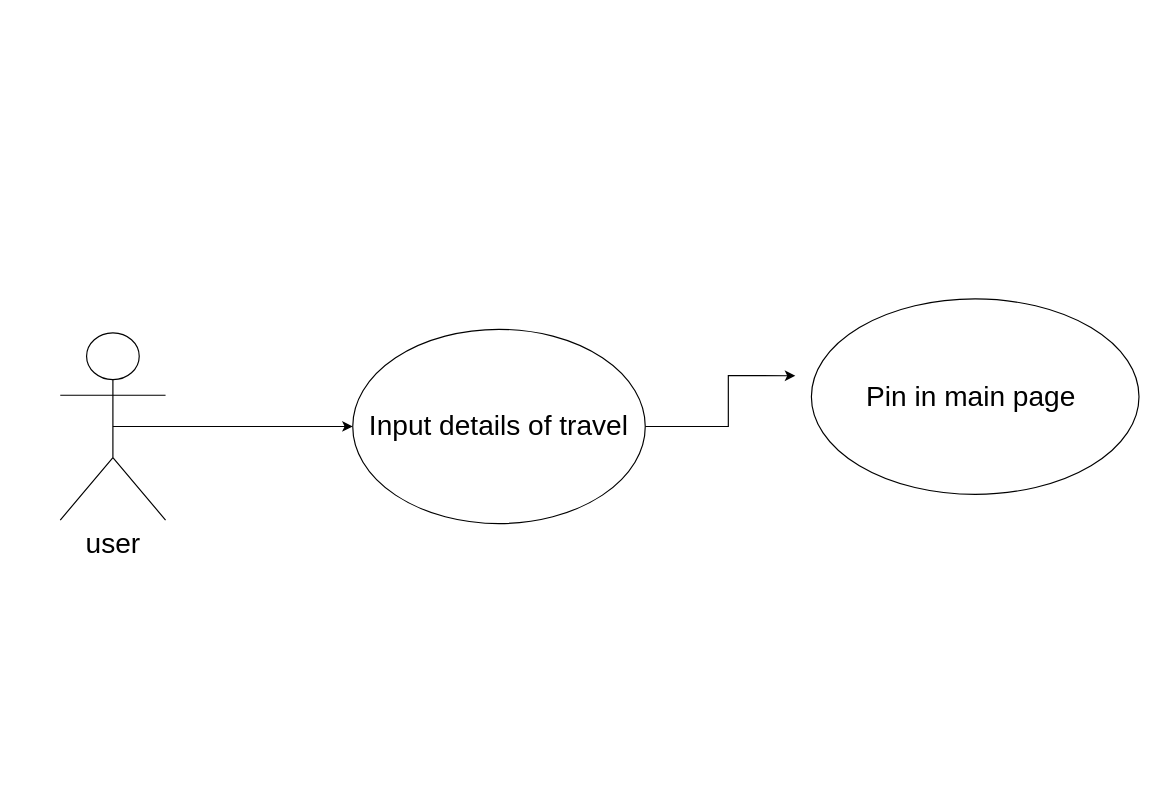
The draw.io diagram Use-case/routing.drawio in kargaranamir/Travelink, before the edit. Source tidied: cells renumbered, new cells numbered last; positions are measured from the earlier drawing's top-left corner, leaving out a move shared by most shapes. Both pictures are drawn from the tidied source at 117%, with x=0, y=0 at pixel (60, 298).
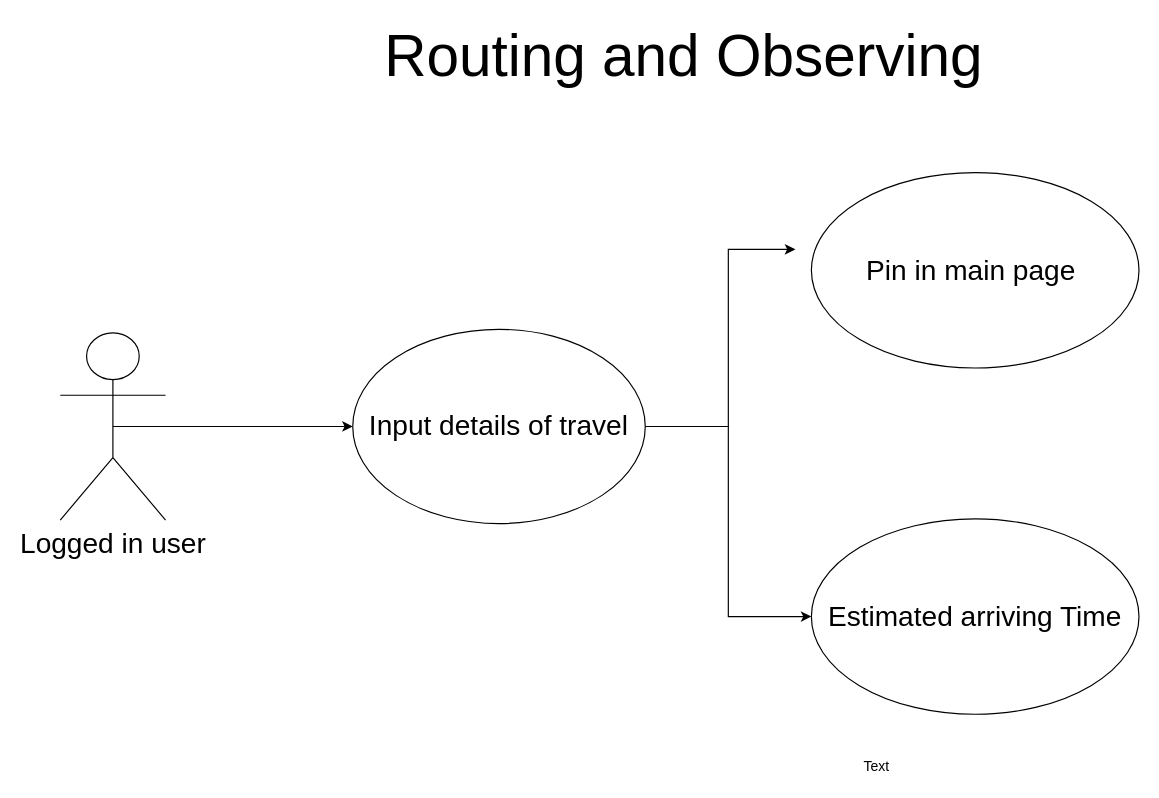
After the change.

Change to the diagram source:
```diff
@@
 <mxGraphModel>
   <root>
     <mxCell id="0" />
     <mxCell id="1" parent="0" />
     <mxCell id="2" style="edgeStyle=orthogonalEdgeStyle;rounded=0;jettySize=auto;html=1;exitX=0.5;exitY=0.5;exitDx=0;exitDy=0;exitPerimeter=0;" parent="1" edge="1" source="3" target="5">
       <mxGeometry relative="1" as="geometry" />
     </mxCell>
-    <mxCell id="3" value="user&lt;br style=&quot;font-size: 24px;&quot;&gt;" style="shape=umlActor;verticalLabelPosition=bottom;labelBackgroundColor=#ffffff;verticalAlign=top;html=1;outlineConnect=0;fontSize=24;" parent="1" vertex="1">
+    <mxCell id="3" value="Logged in user&lt;br style=&quot;font-size: 24px&quot;&gt;" style="shape=umlActor;verticalLabelPosition=bottom;labelBackgroundColor=#ffffff;verticalAlign=top;html=1;outlineConnect=0;fontSize=24;" parent="1" vertex="1">
       <mxGeometry y="29" width="90" height="160" as="geometry" />
     </mxCell>
     <mxCell id="4" style="edgeStyle=orthogonalEdgeStyle;rounded=0;jettySize=auto;html=1;exitX=1;exitY=0.5;exitDx=0;exitDy=0;entryX=-0.049;entryY=0.393;entryDx=0;entryDy=0;entryPerimeter=0;" parent="1" edge="1" source="5" target="6">
       <mxGeometry relative="1" as="geometry" />
     </mxCell>
+    <mxCell id="7" style="edgeStyle=orthogonalEdgeStyle;rounded=0;jettySize=auto;html=1;exitX=1;exitY=0.5;exitDx=0;exitDy=0;entryX=0;entryY=0.5;entryDx=0;entryDy=0;" parent="1" edge="1" source="5" target="10">
+      <mxGeometry relative="1" as="geometry" />
+    </mxCell>
     <mxCell id="5" value="Input details of travel" style="ellipse;whiteSpace=wrap;html=1;fontSize=24;" parent="1" vertex="1">
       <mxGeometry x="250" y="26" width="250" height="166" as="geometry" />
     </mxCell>
     <mxCell id="6" value="Pin in main page&amp;nbsp;" style="ellipse;whiteSpace=wrap;html=1;fontSize=24;" parent="1" vertex="1">
-      <mxGeometry x="642" width="280" height="167" as="geometry" />
+      <mxGeometry x="642" y="-108" width="280" height="167" as="geometry" />
     </mxCell>
+    <mxCell id="8" value="&lt;font style=&quot;font-size: 50px&quot;&gt;Routing and Observing&amp;nbsp;&lt;/font&gt;" style="text;html=1;strokeColor=none;fillColor=none;align=center;verticalAlign=middle;whiteSpace=wrap;rounded=0;" parent="1" vertex="1">
+      <mxGeometry x="250" y="-218" width="580" height="20" as="geometry" />
+    </mxCell>
+    <mxCell id="9" value="Text" style="text;html=1;align=left;verticalAlign=top;spacingTop=-4;" parent="1" vertex="1">
+      <mxGeometry x="685" y="390" width="40" height="20" as="geometry" />
+    </mxCell>
+    <mxCell id="10" value="&lt;div&gt;Estimated arriving Time&lt;/div&gt;" style="ellipse;whiteSpace=wrap;html=1;fontSize=24;" parent="1" vertex="1">
+      <mxGeometry x="642" y="188" width="280" height="167" as="geometry" />
+    </mxCell>
   </root>
 </mxGraphModel>
```
